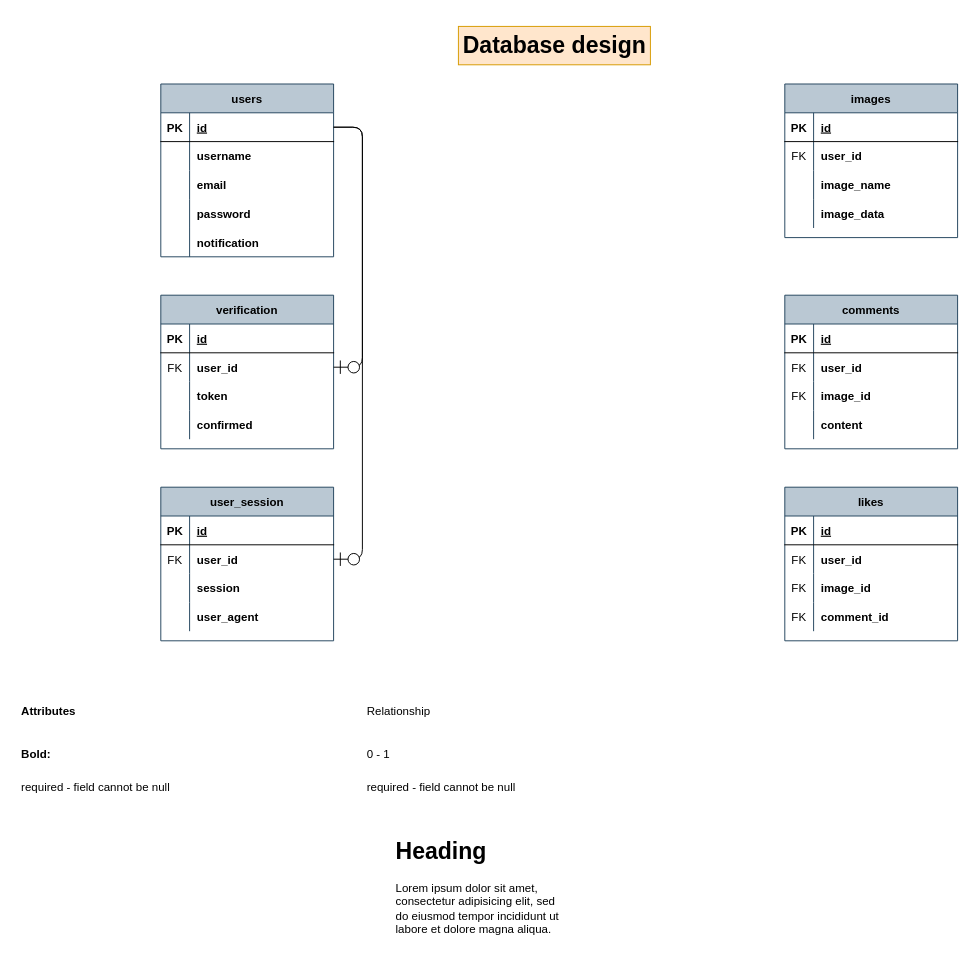
tchewaa/camagru-1 keeps this draw.io diagram as camagru research.drawio. Above is the earlier version. Source tidied: cells renumbered, new cells numbered last; positions are measured from the earlier drawing's top-left corner, leaving out a move shared by most shapes. Both pictures are drawn from the tidied source at 96%, with x=0, y=0 at pixel (16, 26).
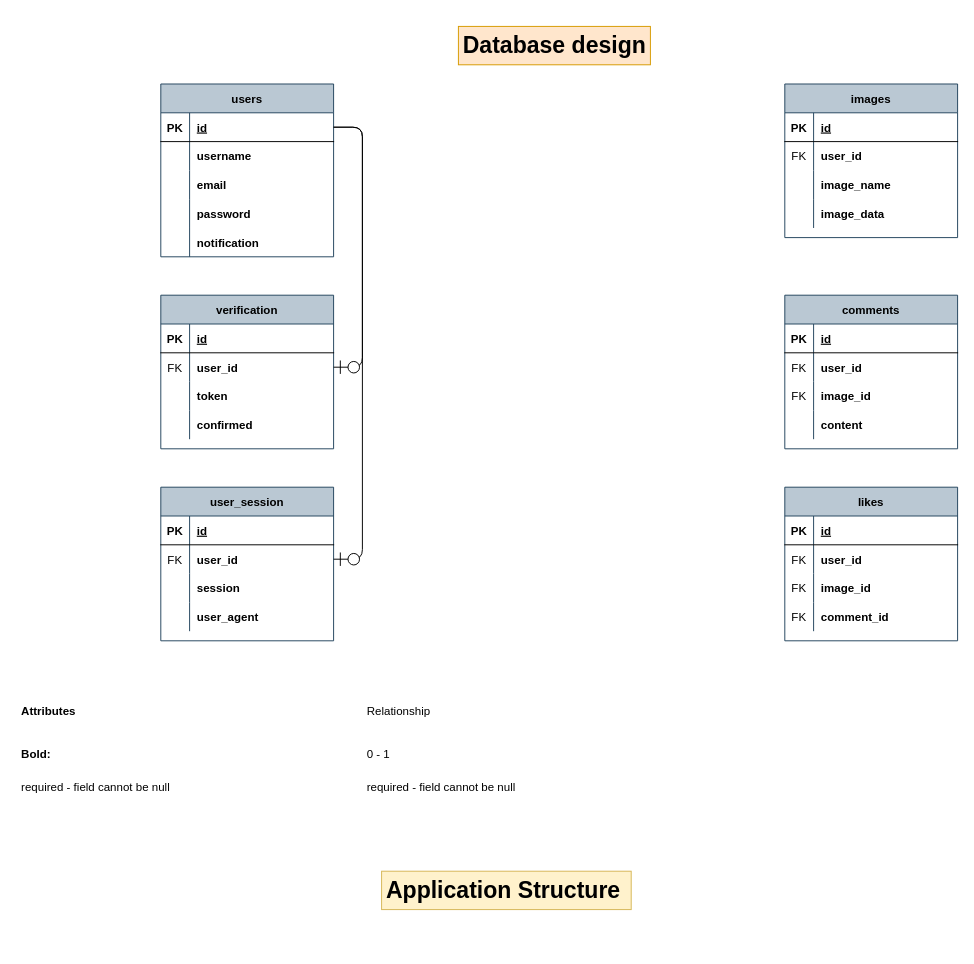
The same diagram, later.

The edit, as a diff of the source:
```diff
@@
-    <mxCell id="88" value="&lt;h1&gt;Heading&lt;/h1&gt;&lt;p&gt;Lorem ipsum dolor sit amet, consectetur adipisicing elit, sed do eiusmod tempor incididunt ut labore et dolore magna aliqua.&lt;/p&gt;" style="text;html=1;strokeColor=none;fillColor=none;spacing=5;spacingTop=-20;whiteSpace=wrap;overflow=hidden;rounded=0;" parent="1" vertex="1">
-      <mxGeometry x="390" y="840" width="190" height="120" as="geometry" />
+    <mxCell id="88" value="&lt;h1&gt;Application Structure&lt;/h1&gt;" style="text;html=1;strokeColor=#d6b656;fillColor=#fff2cc;spacing=5;spacingTop=-20;whiteSpace=wrap;overflow=hidden;rounded=0;" parent="1" vertex="1">
+      <mxGeometry x="380" y="880" width="260" height="40" as="geometry" />
     </mxCell>
```
